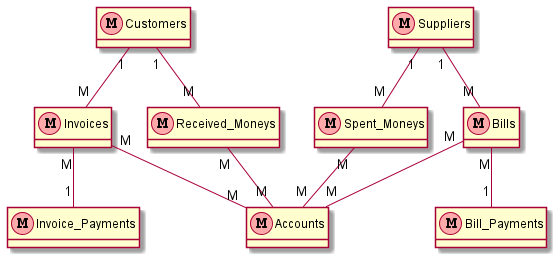
This is images/db_simple.png from kennethinfante/accounting-database-using-sqlite, a PlantUML export, as it was before one commit.
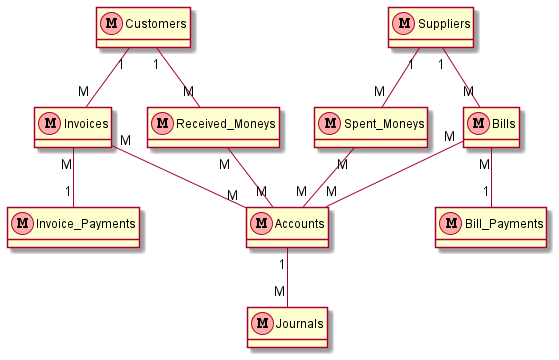
After the change.

What changed in the source:
```diff
@@ -39,6 +39,8 @@
 Model(Spent_Moneys, "Spent_Moneys") {
 }
 
+Model(Journals, "Journals") {
+}
 
 Customers "1" -- "M" Invoices
 Invoices "M" -- "M" Accounts
@@ -53,4 +55,5 @@
 
 Suppliers "1" -- "M" Spent_Moneys
 Spent_Moneys "M" -- "M" Accounts
+Accounts "1" -- "M" Journals
 @enduml
```
